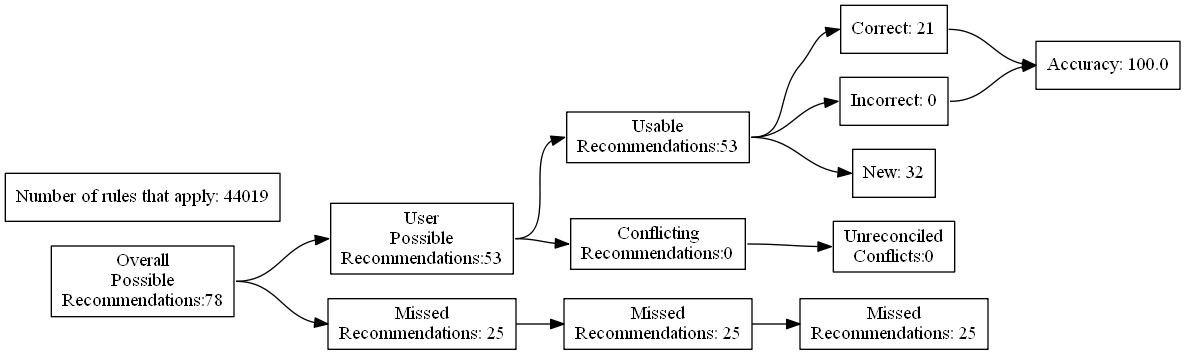
This is test_renders/51.gv.png from ZaxR/ibd_diet_analysis, a Graphviz export, as it was before one commit. Its source is kept beside it as test_renders/51.gv. Its diagram source:
```dot
digraph {
	graph [rankdir=LR]
	node [pos=r shape=box]
	edge [headport=w tailport=e]
		A [label="Overall
Possible
Recommendations:78"]
		B [label="User
Possible
Recommendations:53"]
		C [label="Missed
Recommendations: 25"]
		D [label="Usable
Recommendations:53"]
		E [label="Conflicting
Recommendations:0"]
		J [label="Missed
Recommendations: 25"]
		M [label="Unreconciled
Conflicts:0"]
		F [label="Correct: 21"]
		G [label="Incorrect: 0"]
		H [label="New: 32"]
		K [label="Missed
Recommendations: 25"]
		I [label="Accuracy: 100.0"]
		l [label="Number of rules that apply: 44019"]
			A -> B
			A -> C
			B -> D
			B -> E
			D -> F
			D -> G
			D -> H
			F -> I
			G -> I
			C -> J
			J -> K
			E -> M
}
```
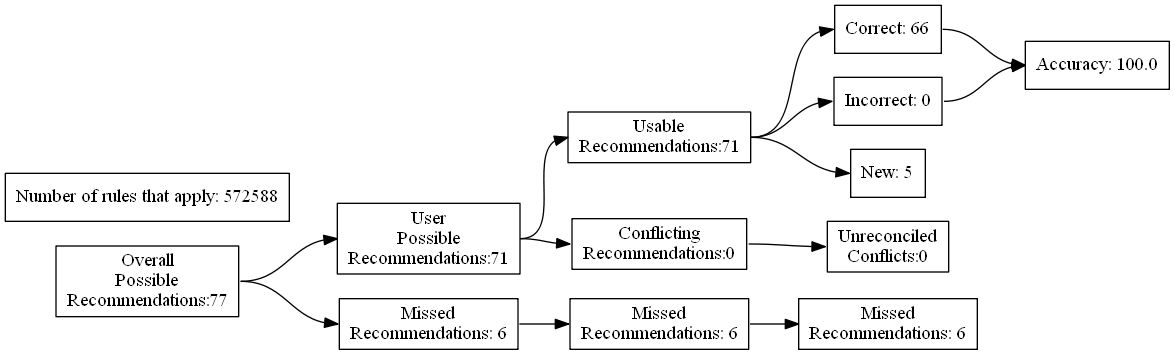
The same diagram one commit later.

What changed in the source:
```diff
@@ -4,27 +4,27 @@
 	edge [headport=w tailport=e]
 		A [label="Overall
 Possible
-Recommendations:78"]
+Recommendations:77"]
 		B [label="User
 Possible
-Recommendations:53"]
+Recommendations:71"]
 		C [label="Missed
-Recommendations: 25"]
+Recommendations: 6"]
 		D [label="Usable
-Recommendations:53"]
+Recommendations:71"]
 		E [label="Conflicting
 Recommendations:0"]
 		J [label="Missed
-Recommendations: 25"]
+Recommendations: 6"]
 		M [label="Unreconciled
 Conflicts:0"]
-		F [label="Correct: 21"]
+		F [label="Correct: 66"]
 		G [label="Incorrect: 0"]
-		H [label="New: 32"]
+		H [label="New: 5"]
 		K [label="Missed
-Recommendations: 25"]
+Recommendations: 6"]
 		I [label="Accuracy: 100.0"]
-		l [label="Number of rules that apply: 44019"]
+		l [label="Number of rules that apply: 572588"]
 			A -> B
 			A -> C
 			B -> D
```
